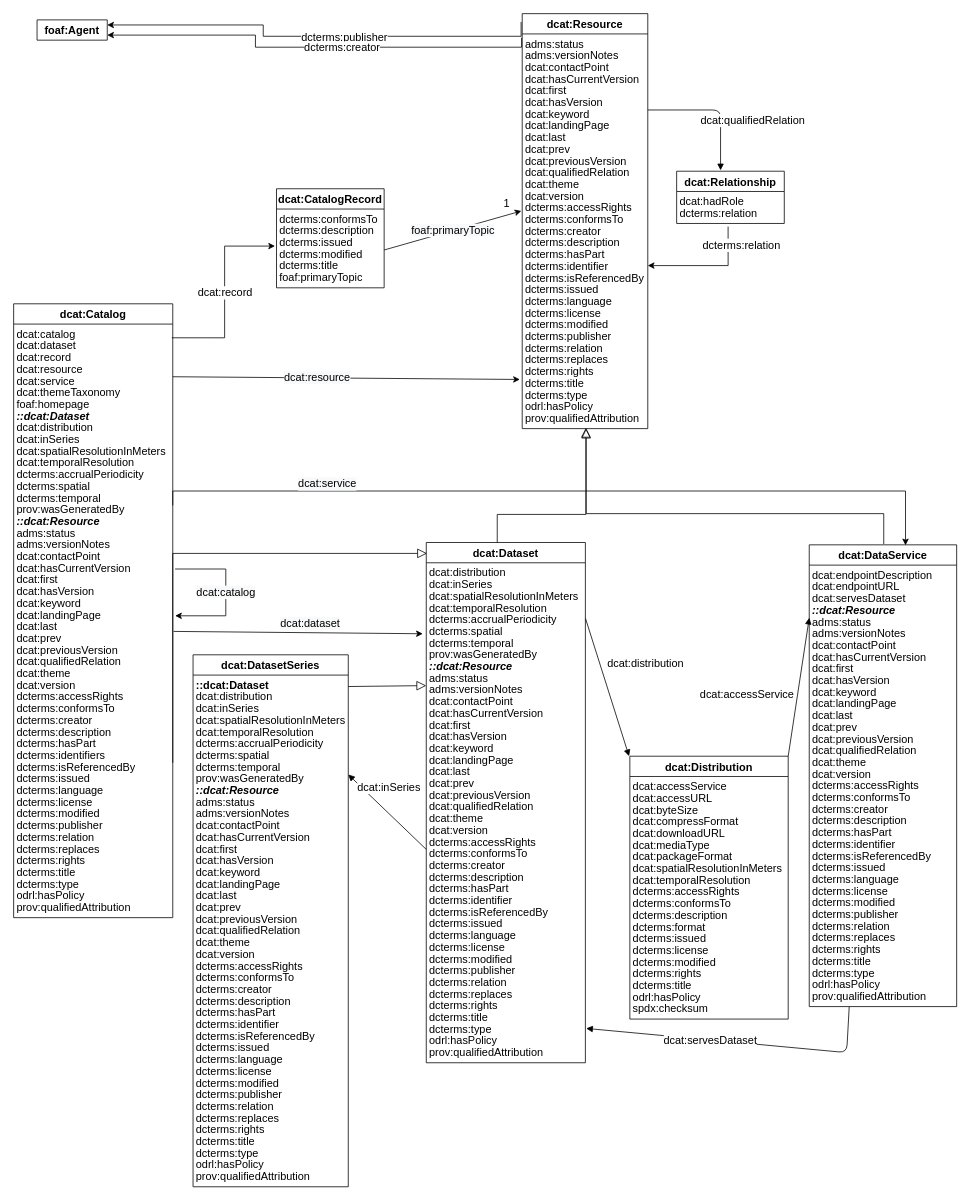
Before: dcat/images/dcat-all-attributes.drawio in w3c/dxwg, a draw.io diagram. Source tidied: cells renumbered, new cells numbered last; positions are measured from the earlier drawing's top-left corner, leaving out a move shared by most shapes. Both pictures are drawn from the tidied source at 78%, with x=0, y=0 at pixel (13, 13).
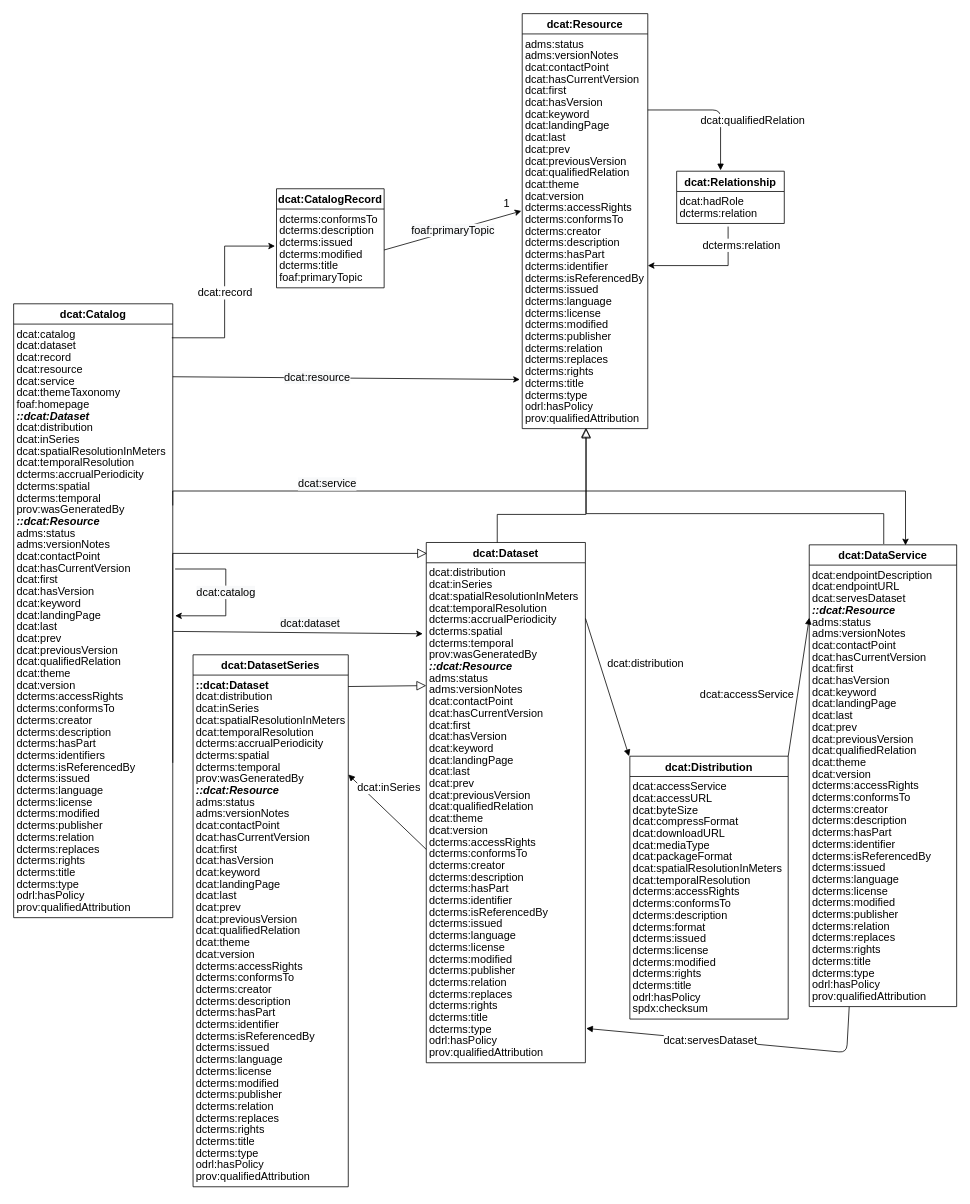
After the change.

Commit message (it also covers changes not shown here):
dropping the foaf:Agent in figure 1

The change refers to these unchanged cells:
```xml
<mxCell id="55" value="dcat:Resource" style="swimlane;fontStyle=1;horizontal=1;startSize=26;spacing=0;fontSize=14;" parent="1" vertex="1">
  <mxGeometry x="652" width="161" height="532" as="geometry" />
</mxCell>
```

The edit, as a diff of the source:
```diff
@@
-    <mxCell id="2" value="foaf:Agent" style="swimlane;fontStyle=1;horizontal=1;startSize=26;fontSize=14;spacing=0;" parent="1" vertex="1" collapsed="1">
-      <mxGeometry x="30" y="8" width="90" height="26" as="geometry" />
-    </mxCell>
@@
-    <mxCell id="209" style="rounded=0;jettySize=auto;html=1;entryX=1;entryY=0.25;entryDx=0;entryDy=0;fontSize=14;exitX=-0.009;exitY=0.02;exitDx=0;exitDy=0;exitPerimeter=0;edgeStyle=orthogonalEdgeStyle;spacing=0;" parent="1" edge="1" source="55" target="2">
-      <mxGeometry relative="1" as="geometry">
-        <Array as="points">
-          <mxPoint x="320" y="29" />
-          <mxPoint x="320" y="15" />
-        </Array>
-      </mxGeometry>
-    </mxCell>
-    <mxCell id="210" value="dcterms:publisher" style="edgeLabel;html=1;align=center;verticalAlign=middle;fontSize=14;spacing=0;" parent="209" vertex="1">
-      <mxGeometry x="-0.13" relative="1" as="geometry" />
-    </mxCell>
-    <mxCell id="211" style="rounded=0;jettySize=auto;html=1;entryX=1;entryY=0.75;entryDx=0;entryDy=0;fontSize=14;exitX=-0.005;exitY=0.058;exitDx=0;exitDy=0;exitPerimeter=0;edgeStyle=orthogonalEdgeStyle;spacing=0;" parent="1" edge="1" source="55" target="2">
-      <mxGeometry relative="1" as="geometry">
-        <Array as="points">
-          <mxPoint x="310" y="43" />
-          <mxPoint x="310" y="28" />
-        </Array>
-      </mxGeometry>
-    </mxCell>
-    <mxCell id="212" value="dcterms:creator" style="edgeLabel;html=1;align=center;verticalAlign=middle;fontSize=14;spacing=0;" parent="211" vertex="1">
-      <mxGeometry x="-0.13" relative="1" as="geometry" />
-    </mxCell>
```
